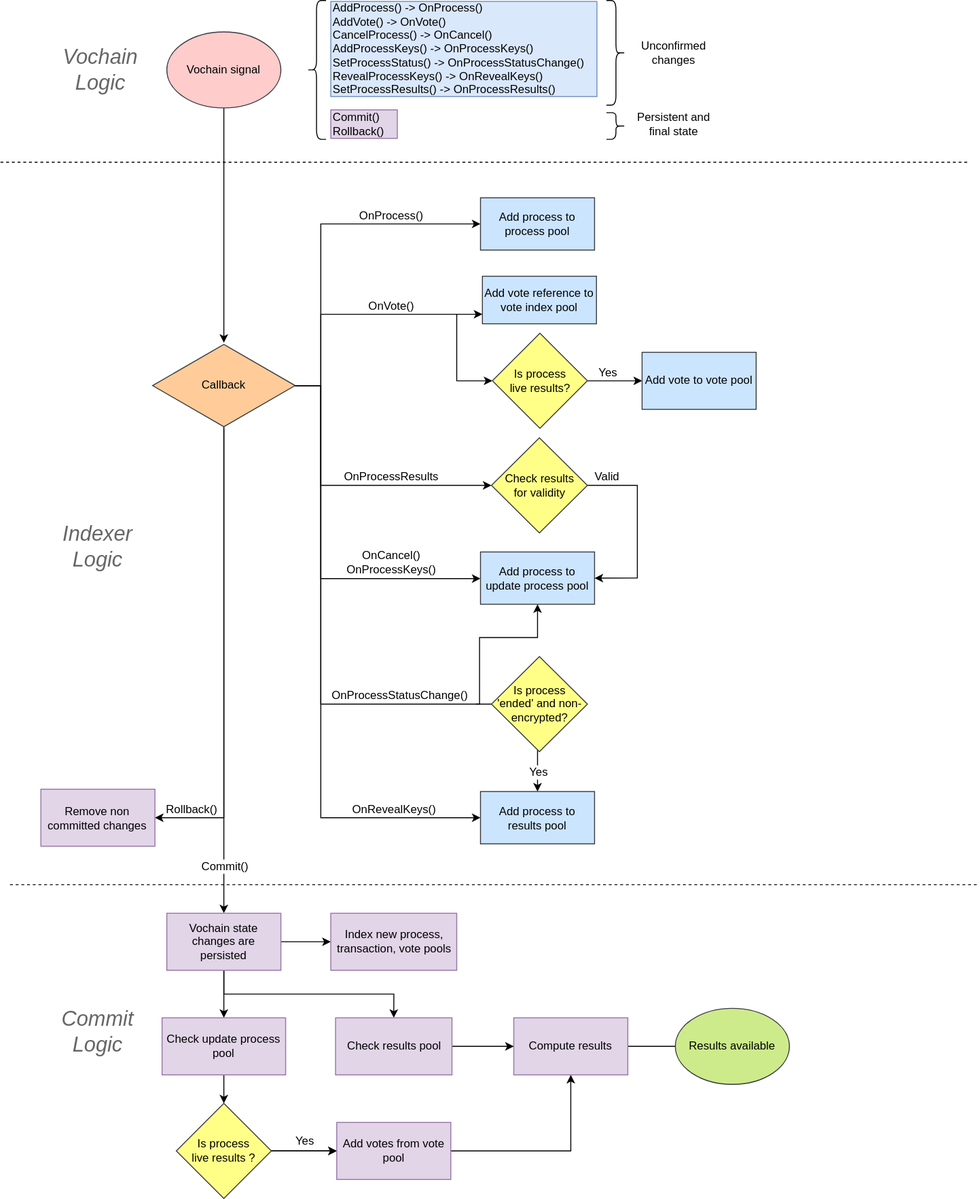
vocdoni/design keeps this draw.io diagram as docs/indexer-flow.svg. Above is the earlier version. Source tidied: cells renumbered, new cells last; positions are measured from the earlier drawing's top-left corner, leaving out a move shared by most shapes.
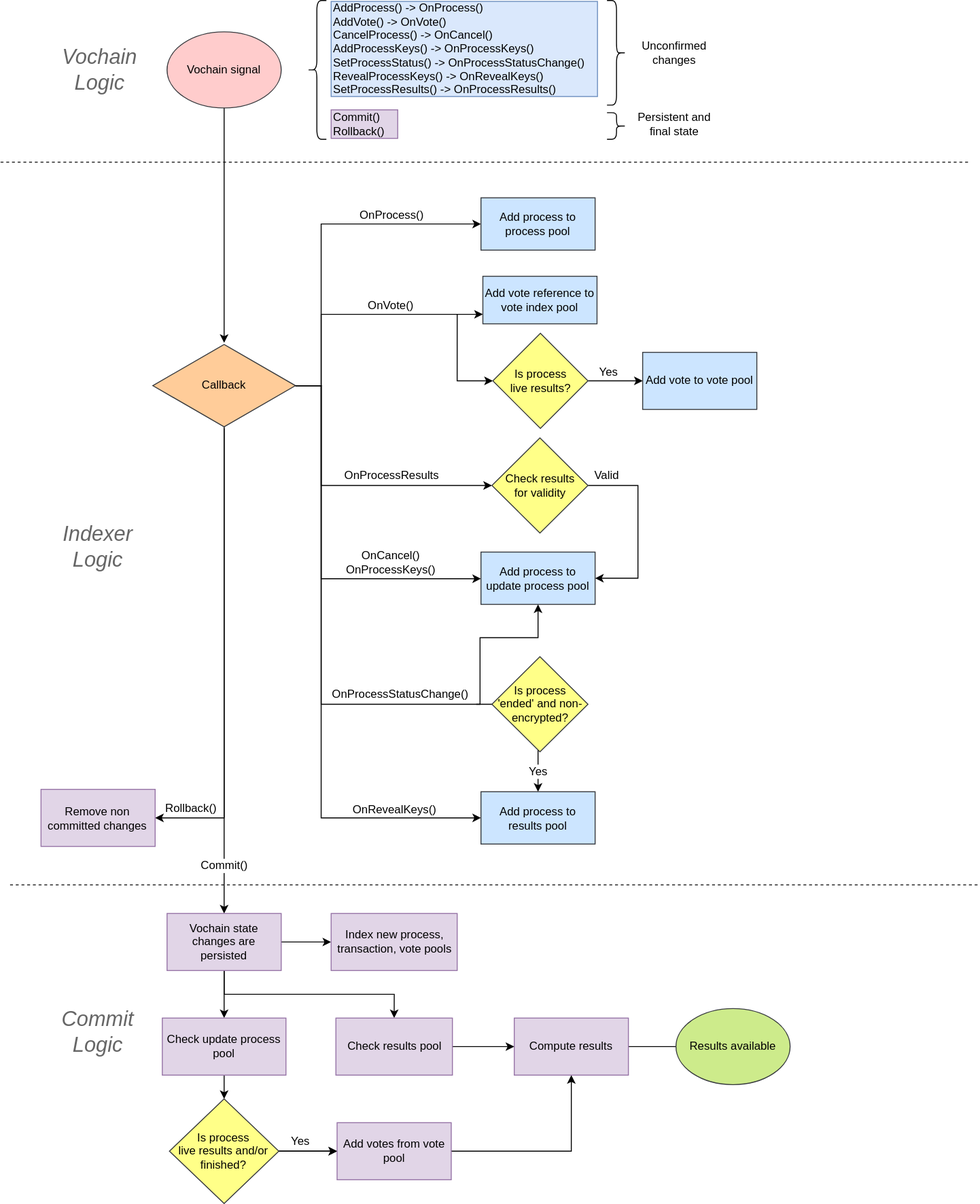
The same diagram one commit later.

What changed in the source:
```diff
@@ -153,8 +153,8 @@
         </Array>
       </mxGeometry>
     </mxCell>
-    <mxCell id="35" value="&lt;div&gt;Is process &lt;br&gt;&lt;/div&gt;&lt;div&gt;live results ?&lt;/div&gt;" style="rhombus;whiteSpace=wrap;html=1;fillColor=#ffff88;strokeColor=#36393d;" parent="1" vertex="1">
-      <mxGeometry x="185" y="1160" width="100" height="100" as="geometry" />
+    <mxCell id="35" value="&lt;div&gt;Is process &lt;br&gt;&lt;/div&gt;&lt;div&gt;live results and/or finished?&lt;/div&gt;" style="rhombus;whiteSpace=wrap;html=1;fillColor=#ffff88;strokeColor=#36393d;" parent="1" vertex="1">
+      <mxGeometry x="177.5" y="1155" width="115" height="110" as="geometry" />
     </mxCell>
     <mxCell id="36" style="edgeStyle=orthogonalEdgeStyle;rounded=0;jettySize=auto;html=1;endArrow=none;endFill=0;" parent="1" edge="1" source="37" target="40">
       <mxGeometry relative="1" as="geometry" />
@@ -274,7 +274,7 @@
       <mxGeometry x="170" y="1070" width="130" height="60" as="geometry" />
     </mxCell>
     <mxCell id="61" value="Yes" style="text;html=1;align=center;verticalAlign=middle;" parent="1" vertex="1">
-      <mxGeometry x="300" y="1190" width="40" height="20" as="geometry" />
+      <mxGeometry x="295" y="1190" width="40" height="20" as="geometry" />
     </mxCell>
     <mxCell id="62" style="edgeStyle=orthogonalEdgeStyle;rounded=0;jettySize=auto;html=1;fontSize=12;fontColor=#000000;" parent="1" edge="1" source="63" target="37">
       <mxGeometry relative="1" as="geometry" />
```
